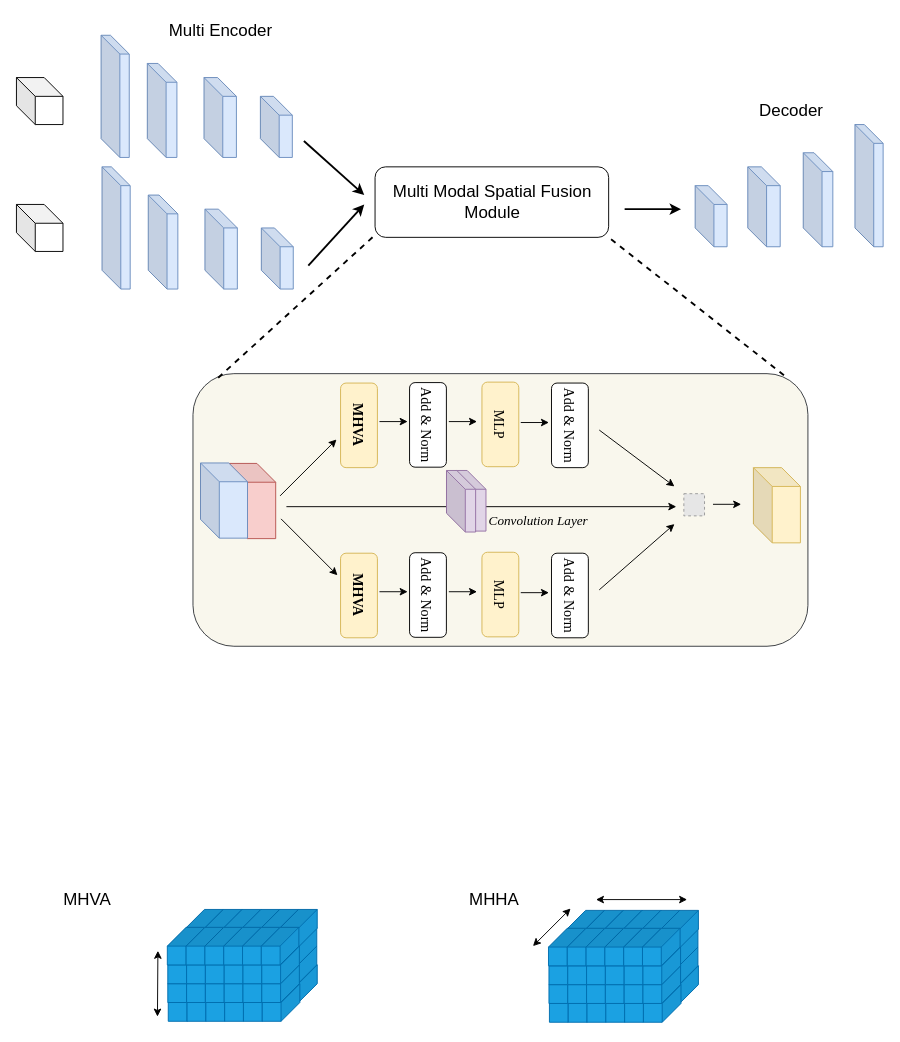
Before: image_spatial_transformer.drawio in 920232796/test, a draw.io diagram. Source tidied: cells renumbered, new cells numbered last; positions are measured from the earlier drawing's top-left corner, leaving out a move shared by most shapes. Both pictures are drawn from the tidied source at 94%, with x=0, y=0 at pixel (16, 16). Pictures stored in the file or linked from it are replaced by grey dashed boxes.
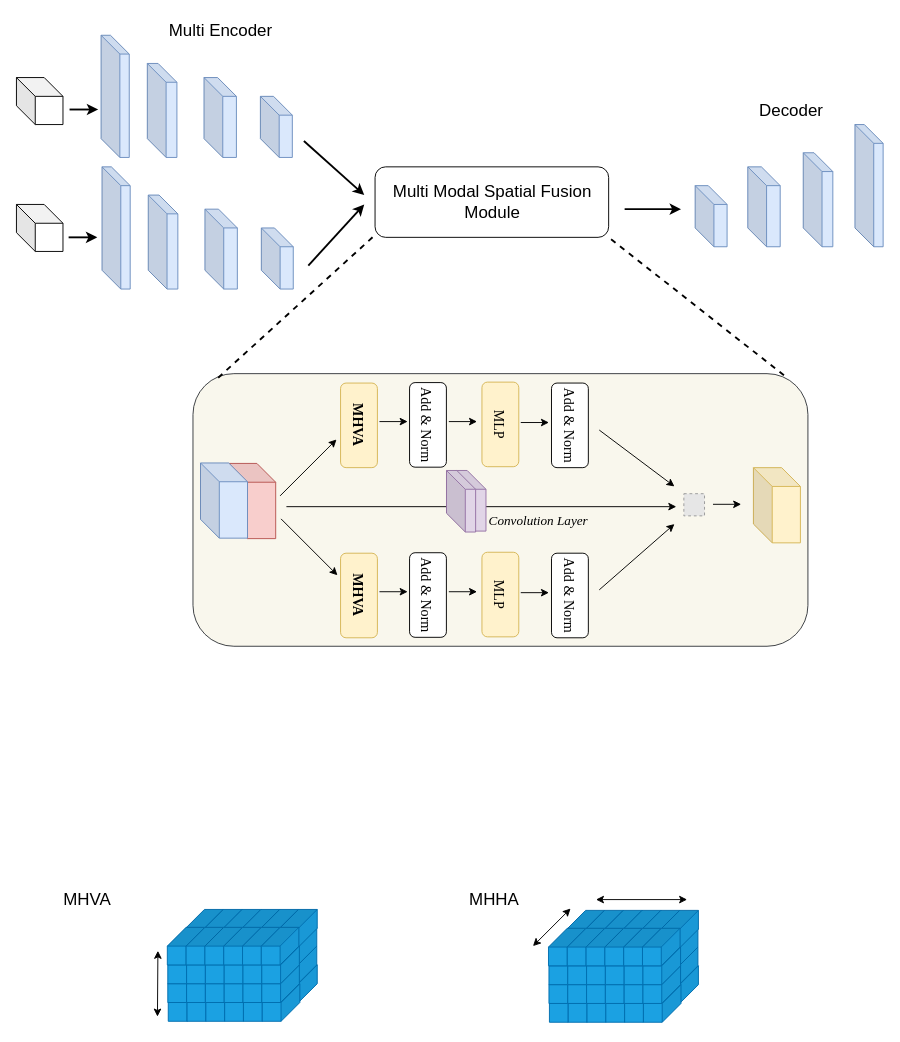
After the change.

Diff of the diagram source:
```diff
@@
+    <mxCell id="153" style="endArrow=classic;html=1;rounded=0;fontFamily=Times New Roman;fontSize=14;fontColor=#000000;strokeWidth=2;" parent="1" edge="1">
+      <mxGeometry relative="1" as="geometry">
+        <mxPoint x="56.5" y="99" as="sourcePoint" />
+        <mxPoint x="87" y="99" as="targetPoint" />
+      </mxGeometry>
+    </mxCell>
+    <mxCell id="154" style="endArrow=classic;html=1;rounded=0;fontFamily=Times New Roman;fontSize=14;fontColor=#000000;strokeWidth=2;" parent="1" edge="1">
+      <mxGeometry relative="1" as="geometry">
+        <mxPoint x="55.5" y="235" as="sourcePoint" />
+        <mxPoint x="86" y="235" as="targetPoint" />
+      </mxGeometry>
+    </mxCell>
```
